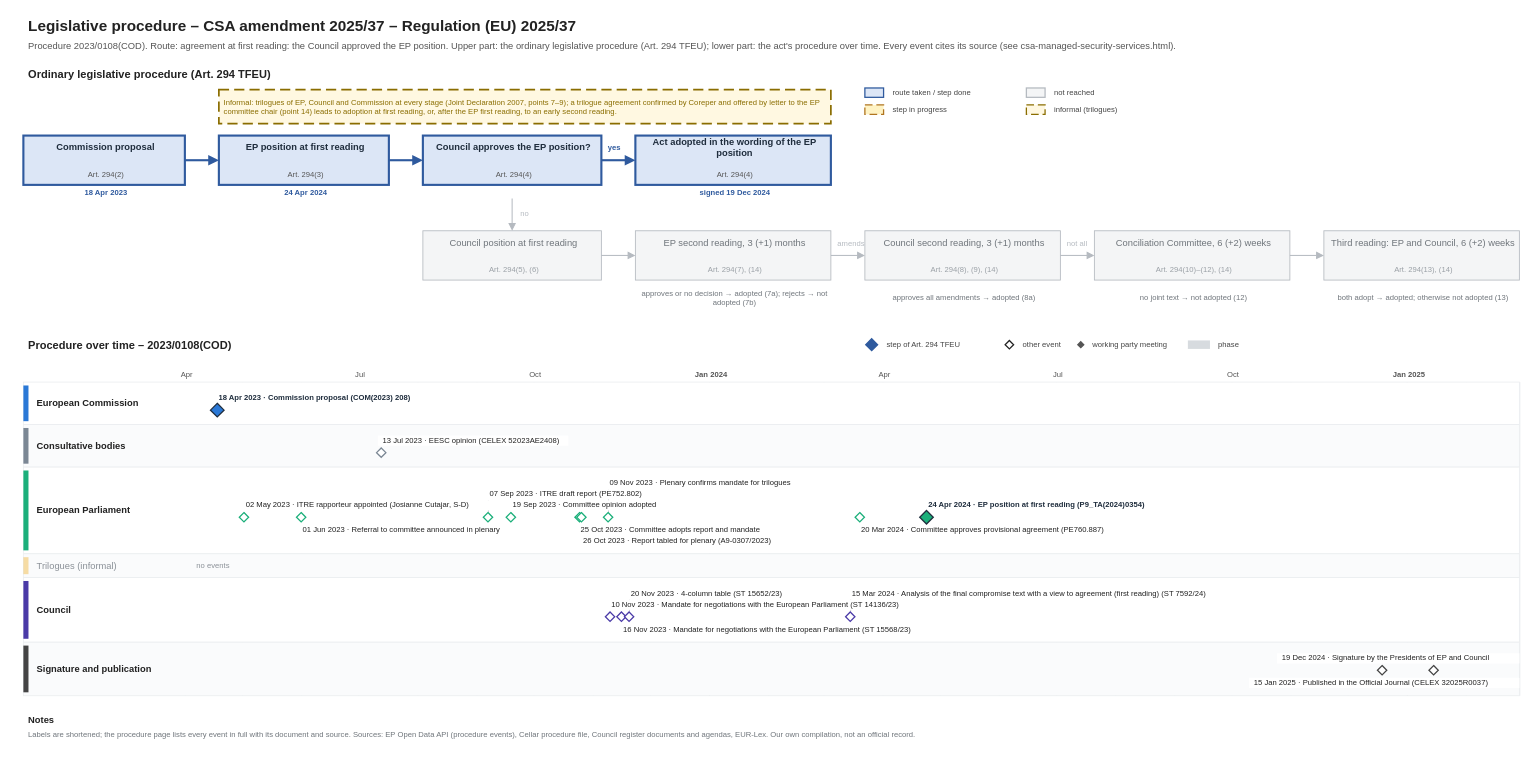
git-z0man/eu-regulation-timeline keeps this draw.io diagram as procedures/csa-managed-security-services.drawio. Above is the earlier version. Source tidied: cells renumbered, new cells numbered last; positions are measured from the earlier drawing's top-left corner, leaving out a move shared by most shapes. Both pictures are drawn from the tidied source at 85%, with x=0, y=0 at pixel (14, 14).
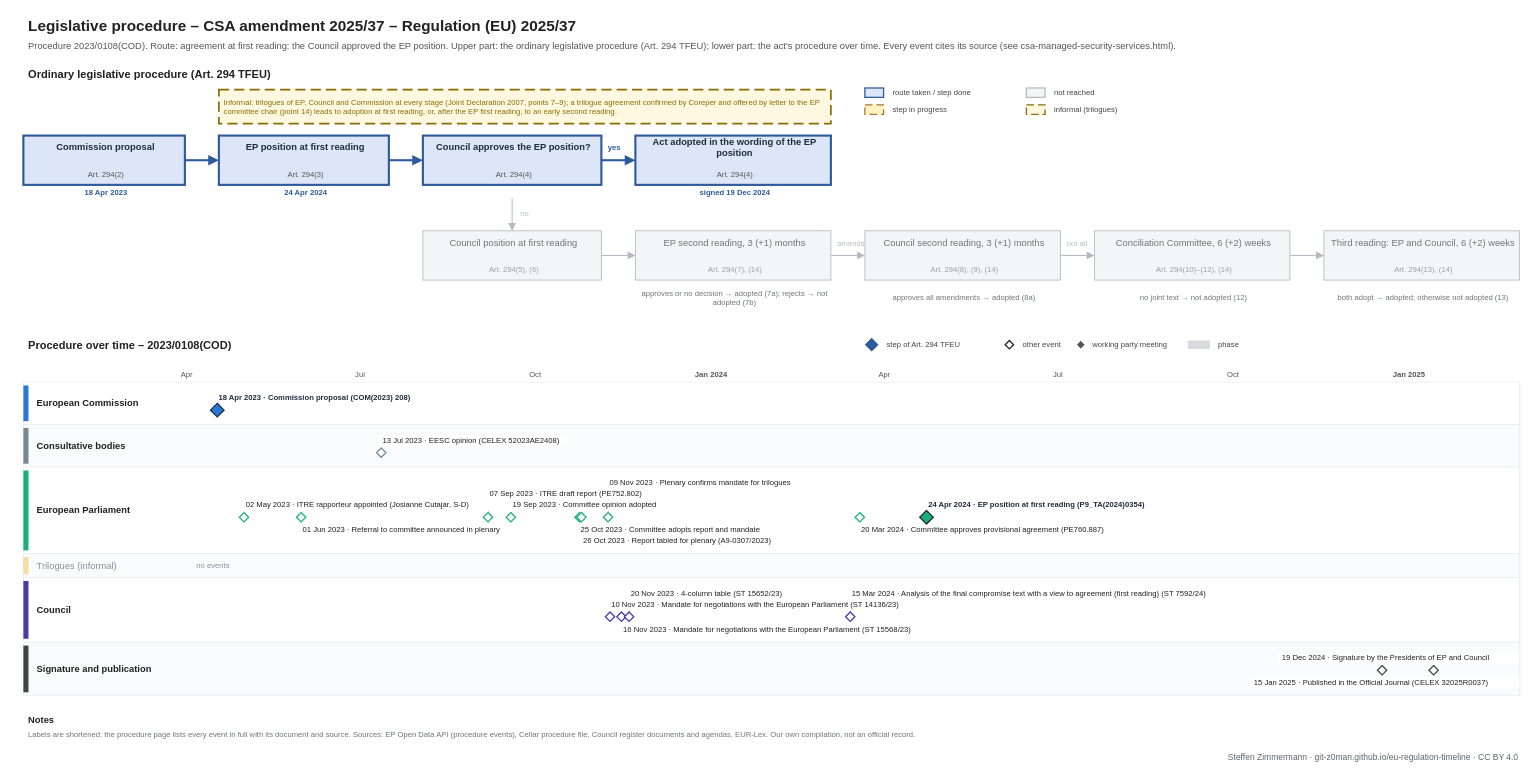
After the change.

What changed in the source:
```diff
@@
+    <mxCell id="162" value="Steffen Zimmermann · git-z0man.github.io/eu-regulation-timeline · CC BY 4.0" style="text;html=1;fontSize=10;fontColor=#5b646b;align=right;verticalAlign=middle;spacingLeft=4;" parent="1" vertex="1">
+      <mxGeometry x="10" y="865" width="1760" height="16" as="geometry" />
+    </mxCell>
```
